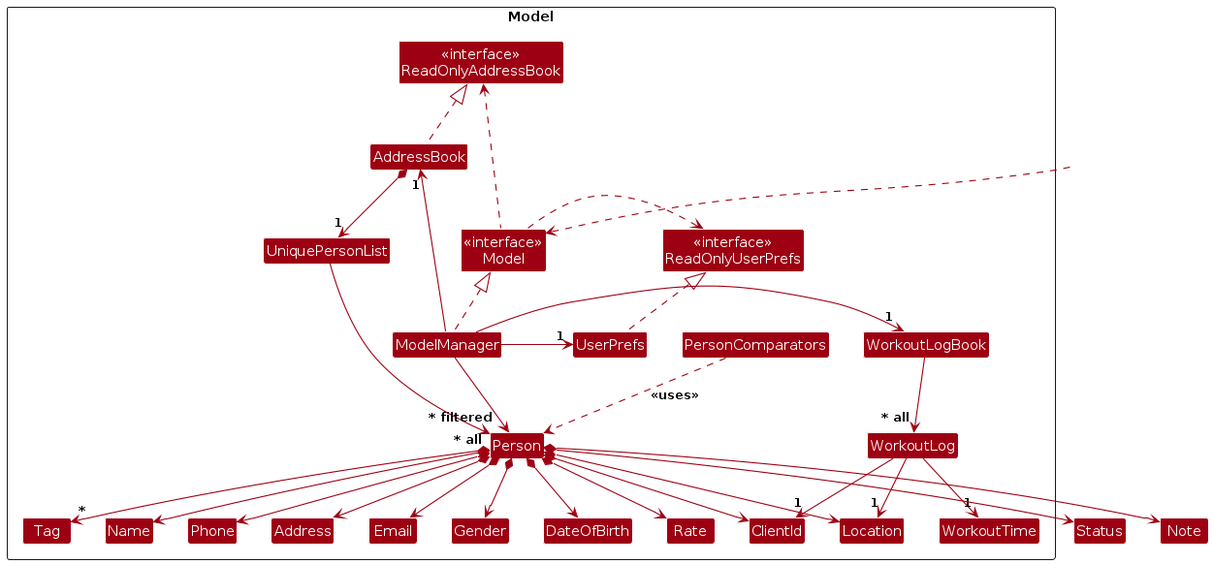
This is diagrams/ModelClassDiagram.png from prickloll/tp, a PlantUML export, as it was before one commit. Its source is kept beside it as diagrams/ModelClassDiagram.puml.
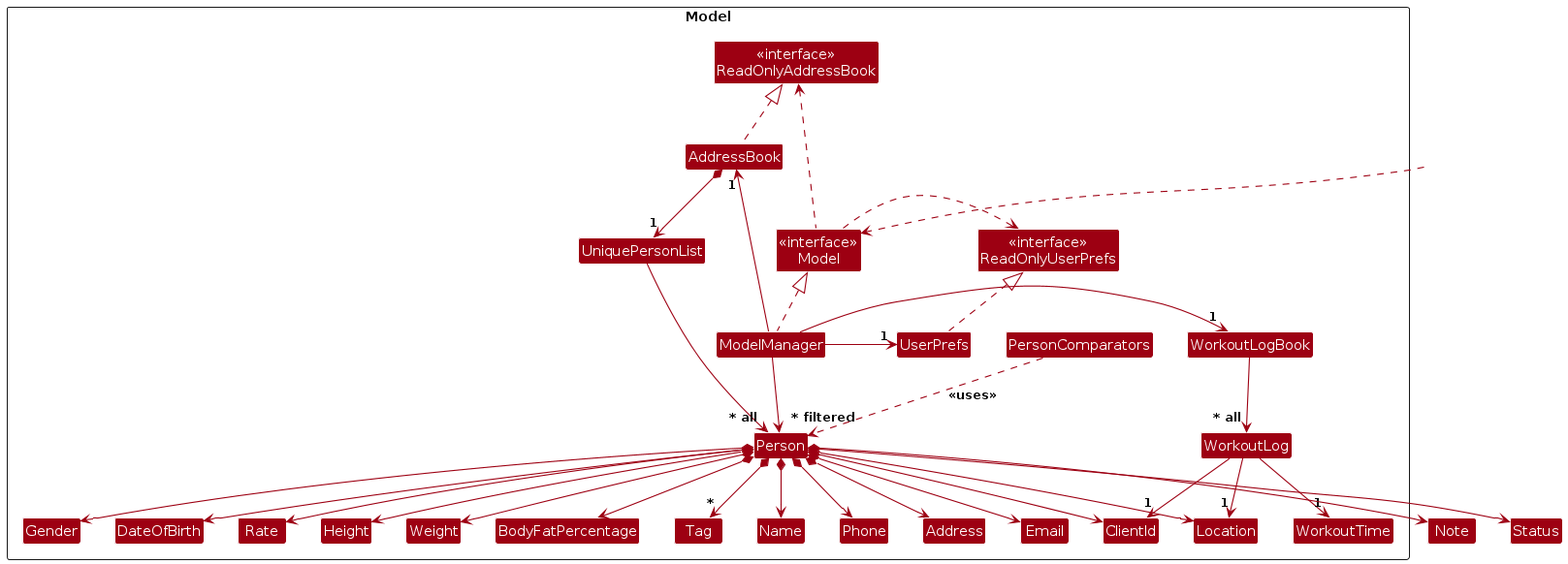
Later version of the same file.

What changed in the source:
```diff
@@ -27,6 +27,9 @@
 Class Phone
 Class Location
 Class Rate
+Class Height
+Class Weight
+Class BodyFatPercentage
 Class Tag
 
 Class I #FFFFFF
@@ -65,6 +68,9 @@
 Person *--> Note
 Person *--> Rate
 Person *--> Status
+Person *--> Height
+Person *--> Weight
+Person *--> BodyFatPercentage
 
 Person -[hidden]up--> I
 UniquePersonList -[hidden]right-> I
```
